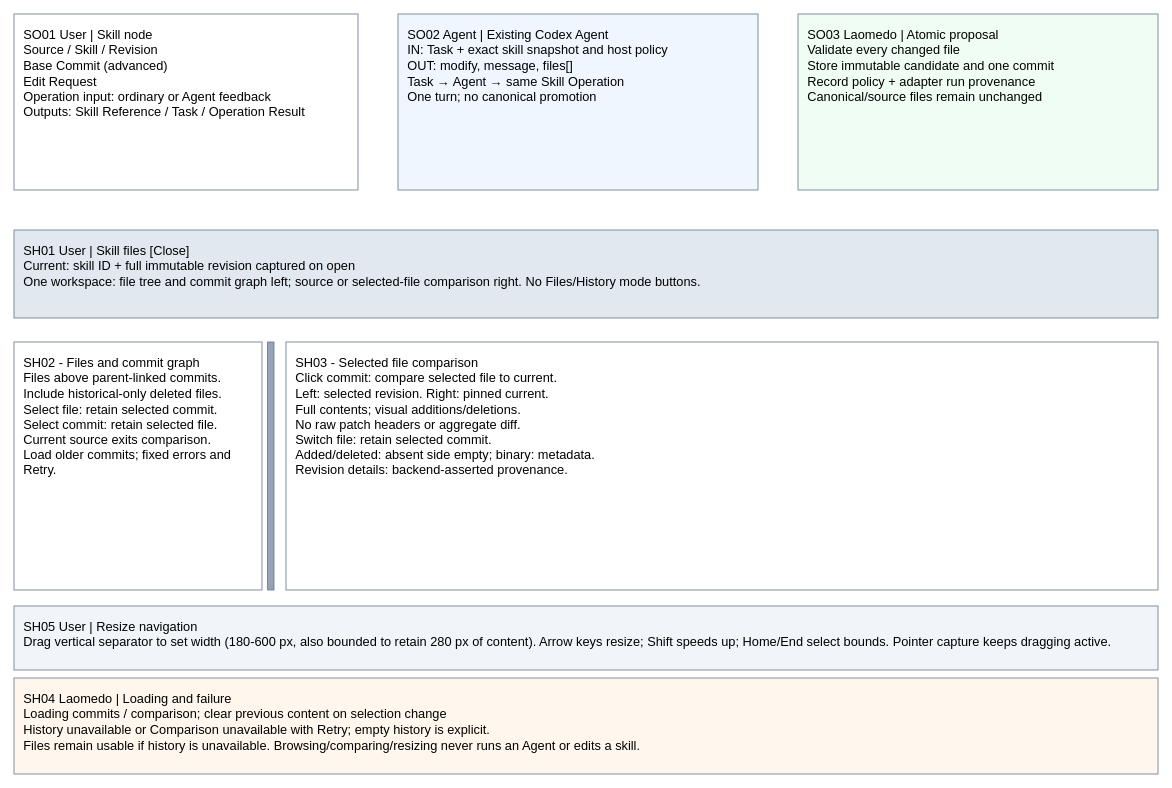
The draw.io diagram page "Skill operations and history" (2 of 2) of projects/laomedo/subsystems/skill-registry/design/skill-files.drawio in amadou-6e/specs, before the edit. Source tidied: cells renumbered, new cells numbered last; positions are measured from the earlier drawing's top-left corner, leaving out a move shared by most shapes. Both pictures are drawn from the tidied source at 80%, with x=0, y=0 at pixel (14, 14).
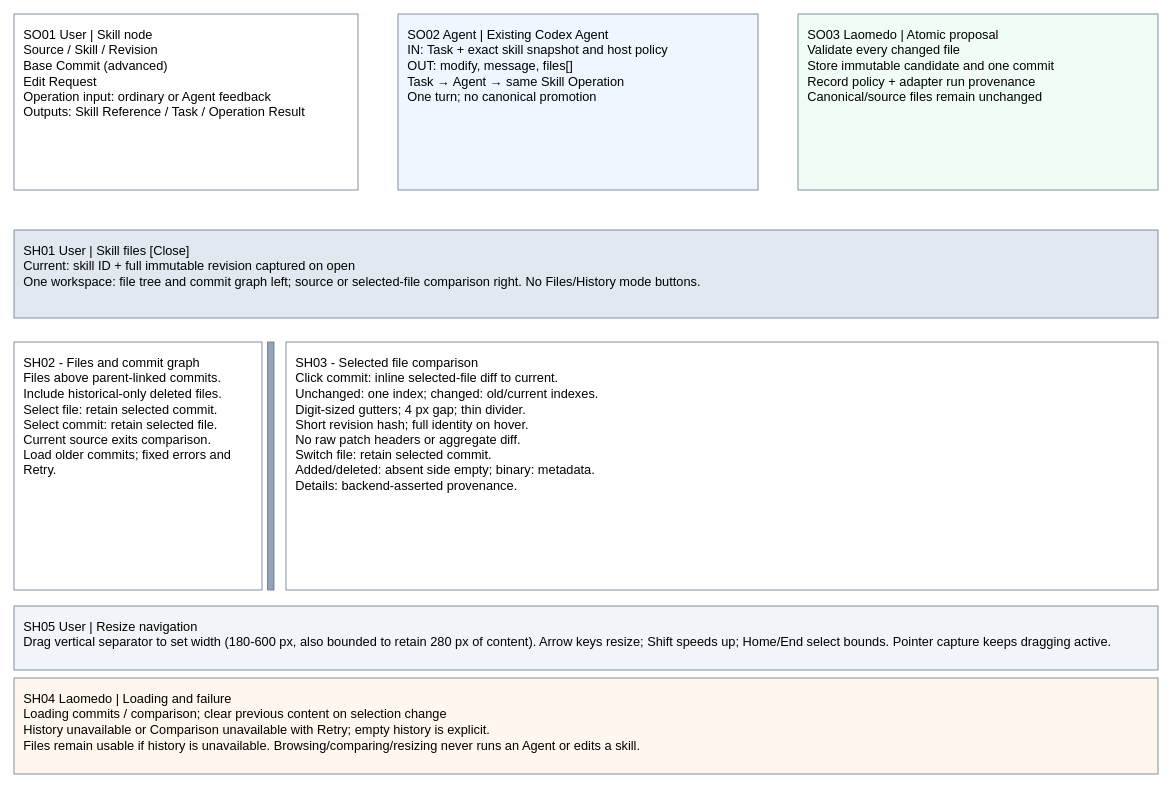
After the change.

Commit message (it also covers changes not shown here):
Define compact inline skill revision comparison

What changed in the source:
```diff
@@
 <mxGraphModel>
   <root>
     <mxCell id="0" />
     <mxCell id="1" parent="0" />
     <mxCell id="2" value="SO01 User | Skill node&#10;Source / Skill / Revision&#10;Base Commit (advanced)&#10;Edit Request&#10;Operation input: ordinary or Agent feedback&#10;Outputs: Skill Reference / Task / Operation Result" style="rounded=0;whiteSpace=wrap;html=0;align=left;verticalAlign=top;spacing=12;fontFamily=Arial;fontSize=16;fillColor=#ffffff;strokeColor=#64748b;" parent="1" vertex="1">
       <mxGeometry width="430" height="220" as="geometry" />
     </mxCell>
     <mxCell id="3" value="SO02 Agent | Existing Codex Agent&#10;IN: Task + exact skill snapshot and host policy&#10;OUT: modify, message, files[]&#10;Task → Agent → same Skill Operation&#10;One turn; no canonical promotion" style="rounded=0;whiteSpace=wrap;html=0;align=left;verticalAlign=top;spacing=12;fontFamily=Arial;fontSize=16;fillColor=#eff6ff;strokeColor=#64748b;" parent="1" vertex="1">
       <mxGeometry x="480" width="450" height="220" as="geometry" />
     </mxCell>
     <mxCell id="4" value="SO03 Laomedo | Atomic proposal&#10;Validate every changed file&#10;Store immutable candidate and one commit&#10;Record policy + adapter run provenance&#10;Canonical/source files remain unchanged" style="rounded=0;whiteSpace=wrap;html=0;align=left;verticalAlign=top;spacing=12;fontFamily=Arial;fontSize=16;fillColor=#f0fdf4;strokeColor=#64748b;" parent="1" vertex="1">
       <mxGeometry x="980" width="450" height="220" as="geometry" />
     </mxCell>
     <mxCell id="5" value="SH01 User | Skill files                                      [Close]&#10;Current: skill ID + full immutable revision captured on open&#10;One workspace: file tree and commit graph left; source or selected-file comparison right. No Files/History mode buttons." style="rounded=0;whiteSpace=wrap;html=0;align=left;verticalAlign=top;spacing=12;fontFamily=Arial;fontSize=16;fillColor=#e2e8f0;strokeColor=#64748b;" parent="1" vertex="1">
       <mxGeometry y="270" width="1430" height="110" as="geometry" />
     </mxCell>
     <mxCell id="6" value="SH02 - Files and commit graph&#10;Files above parent-linked commits.&#10;Include historical-only deleted files.&#10;Select file: retain selected commit.&#10;Select commit: retain selected file.&#10;Current source exits comparison.&#10;Load older commits; fixed errors and Retry." style="rounded=0;whiteSpace=wrap;html=0;align=left;verticalAlign=top;spacing=12;fontFamily=Arial;fontSize=16;fillColor=#ffffff;strokeColor=#64748b;" parent="1" vertex="1">
       <mxGeometry y="410" width="310" height="310" as="geometry" />
     </mxCell>
-    <mxCell id="7" value="SH03 - Selected file comparison&#10;Click commit: compare selected file to current.&#10;Left: selected revision. Right: pinned current.&#10;Full contents; visual additions/deletions.&#10;No raw patch headers or aggregate diff.&#10;Switch file: retain selected commit.&#10;Added/deleted: absent side empty; binary: metadata.&#10;Revision details: backend-asserted provenance." style="rounded=0;whiteSpace=wrap;html=0;align=left;verticalAlign=top;spacing=12;fontFamily=Arial;fontSize=16;fillColor=#ffffff;strokeColor=#64748b;" parent="1" vertex="1">
+    <mxCell id="7" value="SH03 - Selected file comparison&#10;Click commit: inline selected-file diff to current.&#10;Unchanged: one index; changed: old/current indexes.&#10;Digit-sized gutters; 4 px gap; thin divider.&#10;Short revision hash; full identity on hover.&#10;No raw patch headers or aggregate diff.&#10;Switch file: retain selected commit.&#10;Added/deleted: absent side empty; binary: metadata.&#10;Details: backend-asserted provenance." style="rounded=0;whiteSpace=wrap;html=0;align=left;verticalAlign=top;spacing=12;fontFamily=Arial;fontSize=16;fillColor=#ffffff;strokeColor=#64748b;" parent="1" vertex="1">
       <mxGeometry x="340" y="410" width="1090" height="310" as="geometry" />
     </mxCell>
     <mxCell id="8" value="SH04 Laomedo | Loading and failure&#10;Loading commits / comparison; clear previous content on selection change&#10;History unavailable or Comparison unavailable with Retry; empty history is explicit.&#10;Files remain usable if history is unavailable. Browsing/comparing/resizing never runs an Agent or edits a skill." style="rounded=0;whiteSpace=wrap;html=0;align=left;verticalAlign=top;spacing=12;fontFamily=Arial;fontSize=16;fillColor=#fff7ed;strokeColor=#64748b;" parent="1" vertex="1">
       <mxGeometry y="830" width="1430" height="120" as="geometry" />
     </mxCell>
     <mxCell id="9" style="rounded=0;whiteSpace=wrap;html=0;align=left;verticalAlign=top;spacing=12;fontFamily=Arial;fontSize=16;fillColor=#94a3b8;strokeColor=#64748b;" parent="1" vertex="1">
       <mxGeometry x="317" y="410" width="8" height="310" as="geometry" />
     </mxCell>
     <mxCell id="10" value="SH05 User | Resize navigation&#10;Drag vertical separator to set width (180-600 px, also bounded to retain 280 px of content). Arrow keys resize; Shift speeds up; Home/End select bounds. Pointer capture keeps dragging active." style="rounded=0;whiteSpace=wrap;html=0;align=left;verticalAlign=top;spacing=12;fontFamily=Arial;fontSize=16;fillColor=#f1f5f9;strokeColor=#64748b;" parent="1" vertex="1">
       <mxGeometry y="740" width="1430" height="80" as="geometry" />
     </mxCell>
   </root>
 </mxGraphModel>
```
